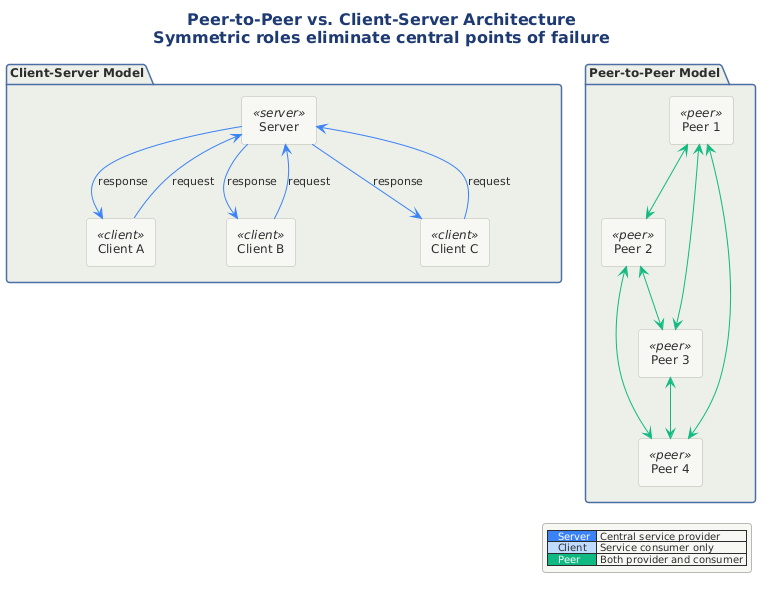
The PlantUML diagram src/architecture/views-and-beyond/style-catalogs/component-and-connector/peer-to-peer-style/png/01-p2p-vs-client-server.png in Notoriousjayy/latex-docs, before a commit.
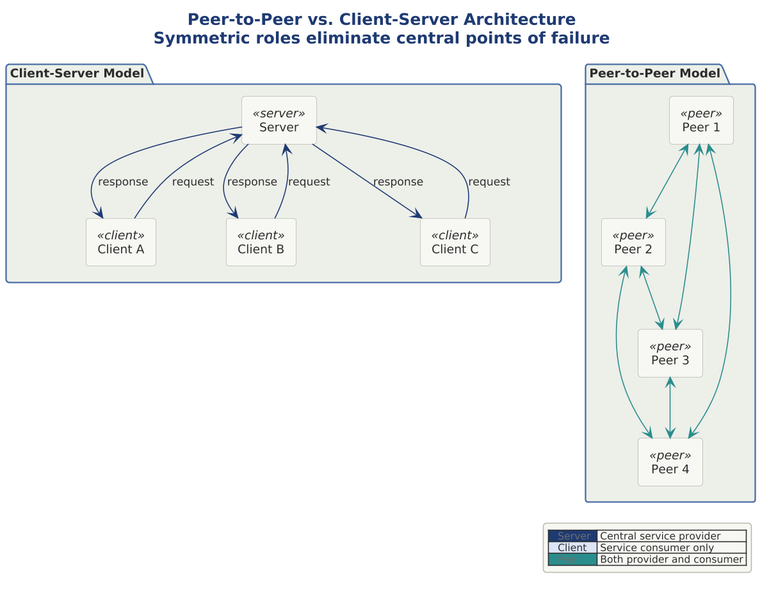
Later version of the same file.

What changed in the source:
```diff
@@ -1,7 +1,11 @@
 @startuml 01-p2p-vs-client-server
 
+skinparam dpi 150
+
+
+
+
 !include ../../../../../../tooling/styles/plantuml/structural/package-diagram-style.iuml
-
 
 title <b>Peer-to-Peer vs. Client-Server Architecture</b>\nSymmetric roles eliminate central points of failure
 
@@ -11,12 +15,12 @@
   rectangle "Client B" as cb <<client>>
   rectangle "Client C" as cc <<client>>
 
-  ca -[#3B82F6]-> srv : request
-  srv -[#3B82F6]-> ca : response
-  cb -[#3B82F6]-> srv : request
-  srv -[#3B82F6]-> cb : response
-  cc -[#3B82F6]-> srv : request
-  srv -[#3B82F6]-> cc : response
+  ca -[$line_primary]-> srv : request
+  srv -[$line_primary]-> ca : response
+  cb -[$line_primary]-> srv : request
+  srv -[$line_primary]-> cb : response
+  cc -[$line_primary]-> srv : request
+  srv -[$line_primary]-> cc : response
 }
 
 package "Peer-to-Peer Model" as P2P {
@@ -25,17 +29,17 @@
   rectangle "Peer 3" as p3 <<peer>>
   rectangle "Peer 4" as p4 <<peer>>
 
-  p1 <-[#10B981]-> p2
-  p2 <-[#10B981]-> p3
-  p3 <-[#10B981]-> p4
-  p4 <-[#10B981]-> p1
-  p1 <-[#10B981]-> p3
-  p2 <-[#10B981]-> p4
+  p1 <-[$line_dynamic]-> p2
+  p2 <-[$line_dynamic]-> p3
+  p3 <-[$line_dynamic]-> p4
+  p4 <-[$line_dynamic]-> p1
+  p1 <-[$line_dynamic]-> p3
+  p2 <-[$line_dynamic]-> p4
 }
 
 legend right
-  |<#3B82F6> <color:#FFFFFF>  Server  </color>| Central service provider |
-  |<#BFDBFE>   Client  | Service consumer only |
-  |<#10B981> <color:#FFFFFF>  Peer  </color>| Both provider and consumer |
+  |<$line_primary> <color:$line_neutral>  Server  </color>| Central service provider |
+  |<$fill_primary>   Client  | Service consumer only |
+  |<$line_dynamic> <color:$line_neutral>  Peer  </color>| Both provider and consumer |
 end legend
 @enduml
```
